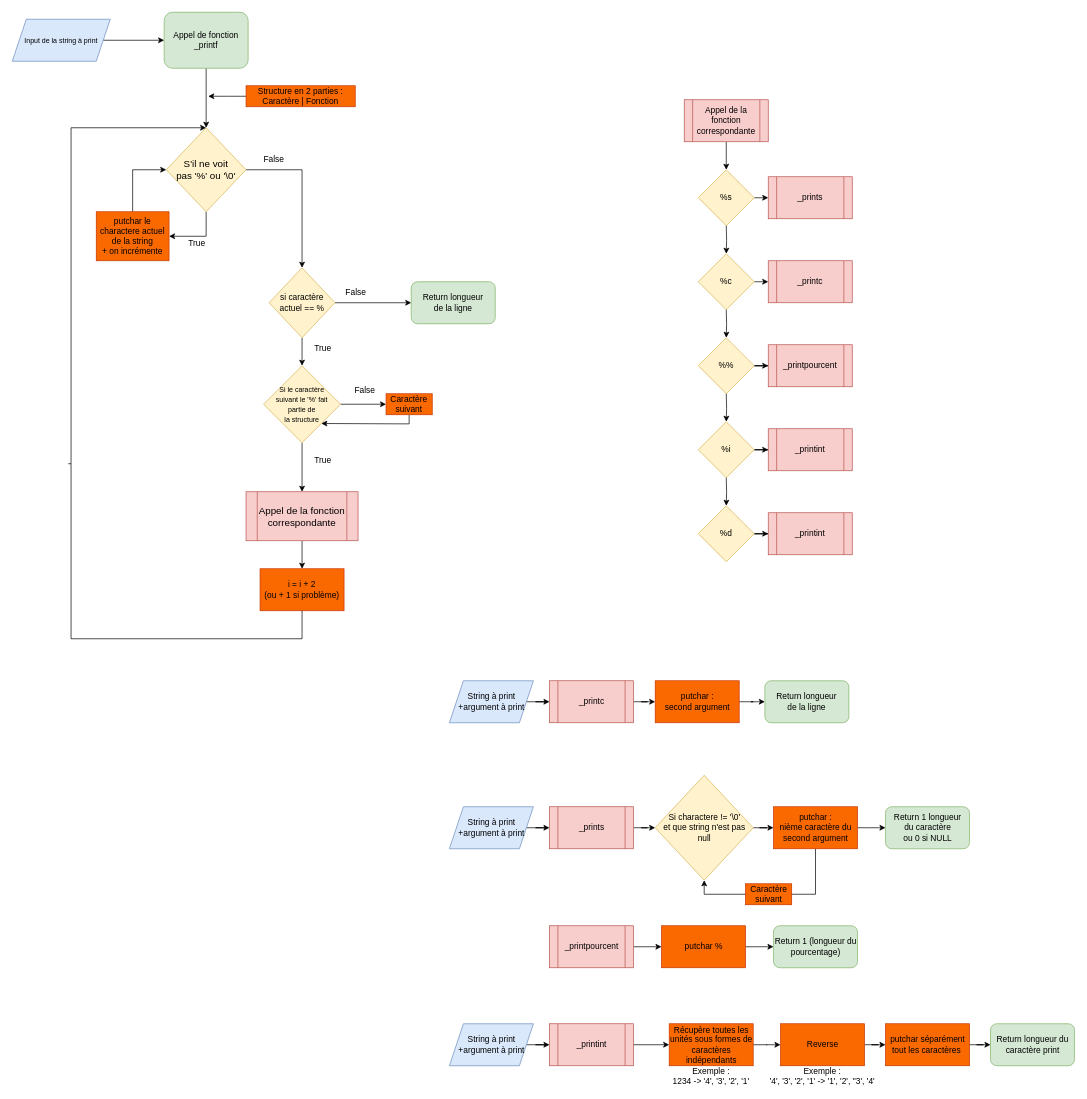
Tulkiidra/holbertonschool-printf keeps this draw.io diagram as Flowchart Printf.drawio. Above is the earlier version. Source tidied: cells renumbered, new cells numbered last; positions are measured from the earlier drawing's top-left corner, leaving out a move shared by most shapes. Both pictures are drawn from the tidied source at 70%, with x=0, y=0 at pixel (12, 12).
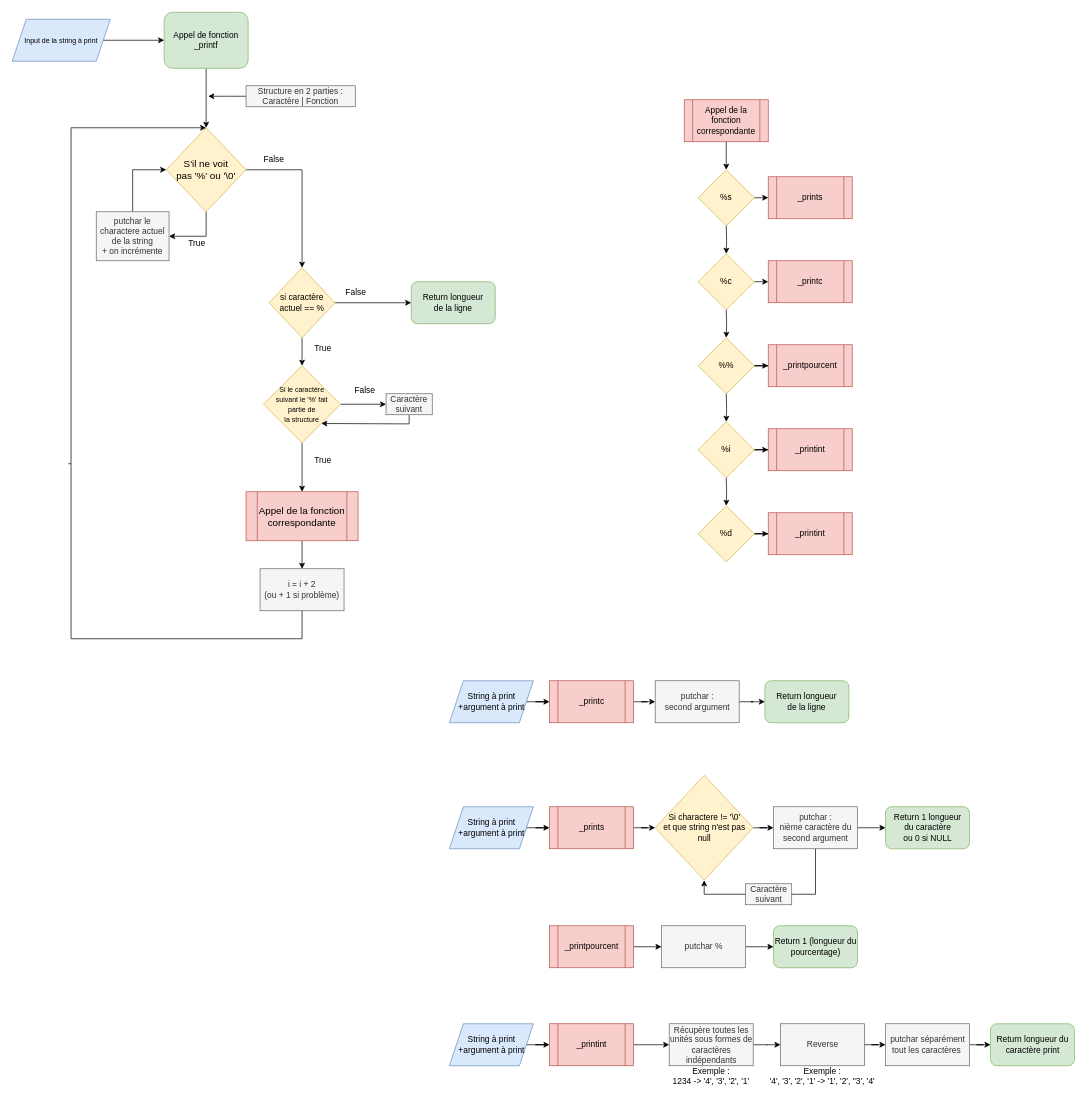
The same page after the edit.

Commit message (it also covers changes not shown here):
Mettre à jour Flowchart Printf.drawio

Diff of the diagram source:
```diff
@@
-    <mxCell id="8" value="putchar le charactere actuel de la string&lt;br&gt;+ on incrémente" style="rounded=0;whiteSpace=wrap;html=1;fillColor=#fa6800;strokeColor=#C73500;fontColor=#000000;" parent="1" vertex="1">
+    <mxCell id="8" value="putchar le charactere actuel de la string&lt;br&gt;+ on incrémente" style="rounded=0;whiteSpace=wrap;html=1;fillColor=#f5f5f5;strokeColor=#666666;fontColor=#333333;" parent="1" vertex="1">
       <mxGeometry x="120" y="285" width="104" height="70" as="geometry" />
     </mxCell>
@@
-    <mxCell id="16" value="Caractère suivant" style="rounded=0;whiteSpace=wrap;html=1;fillColor=#fa6800;strokeColor=#C73500;fontColor=#000000;" parent="1" vertex="1">
+    <mxCell id="16" value="Caractère suivant" style="rounded=0;whiteSpace=wrap;html=1;fillColor=#f5f5f5;strokeColor=#666666;fontColor=#333333;" parent="1" vertex="1">
       <mxGeometry x="534" y="545" width="66" height="30" as="geometry" />
     </mxCell>
@@
-    <mxCell id="18" value="i = i + 2&lt;br&gt;(ou + 1 si problème)" style="rounded=0;whiteSpace=wrap;html=1;fillColor=#fa6800;strokeColor=#C73500;fontColor=#000000;" parent="1" vertex="1">
+    <mxCell id="18" value="i = i + 2&lt;br&gt;(ou + 1 si problème)" style="rounded=0;whiteSpace=wrap;html=1;fillColor=#f5f5f5;strokeColor=#666666;fontColor=#333333;" parent="1" vertex="1">
       <mxGeometry x="354" y="795" width="120" height="60" as="geometry" />
     </mxCell>
@@
-    <mxCell id="26" value="Structure en 2 parties :&lt;br&gt;Caractère | Fonction" style="rounded=0;whiteSpace=wrap;html=1;fillColor=#fa6800;strokeColor=#C73500;fontColor=#000000;" parent="1" vertex="1">
+    <mxCell id="26" value="Structure en 2 parties :&lt;br&gt;Caractère | Fonction" style="rounded=0;whiteSpace=wrap;html=1;fillColor=#f5f5f5;strokeColor=#666666;fontColor=#333333;" parent="1" vertex="1">
       <mxGeometry x="334" y="105" width="156" height="30" as="geometry" />
     </mxCell>
@@
-    <mxCell id="59" value="putchar :&lt;br&gt;second argument" style="rounded=0;whiteSpace=wrap;html=1;fontSize=12;fillColor=#fa6800;strokeColor=#C73500;fontColor=#000000;" parent="1" vertex="1">
+    <mxCell id="59" value="putchar :&lt;br&gt;second argument" style="rounded=0;whiteSpace=wrap;html=1;fontSize=12;fillColor=#f5f5f5;strokeColor=#666666;fontColor=#333333;" parent="1" vertex="1">
       <mxGeometry x="918.5" y="955" width="120" height="60" as="geometry" />
     </mxCell>
@@
-    <mxCell id="66" value="putchar :&lt;br&gt;nième caractère du second argument" style="rounded=0;whiteSpace=wrap;html=1;fontSize=12;fillColor=#fa6800;strokeColor=#C73500;fontColor=#000000;" parent="1" vertex="1">
+    <mxCell id="66" value="putchar :&lt;br&gt;nième caractère du second argument" style="rounded=0;whiteSpace=wrap;html=1;fontSize=12;fillColor=#f5f5f5;strokeColor=#666666;fontColor=#333333;" parent="1" vertex="1">
       <mxGeometry x="1087.5" y="1135" width="120" height="60" as="geometry" />
     </mxCell>
@@
-    <mxCell id="69" value="Caractère suivant" style="rounded=0;whiteSpace=wrap;html=1;fillColor=#fa6800;strokeColor=#C73500;fontColor=#000000;" parent="1" vertex="1">
+    <mxCell id="69" value="Caractère suivant" style="rounded=0;whiteSpace=wrap;html=1;fillColor=#f5f5f5;strokeColor=#666666;fontColor=#333333;" parent="1" vertex="1">
       <mxGeometry x="1047.5" y="1245" width="66" height="30" as="geometry" />
     </mxCell>
@@
-    <mxCell id="73" value="putchar %" style="rounded=0;whiteSpace=wrap;html=1;fontSize=12;fillColor=#fa6800;strokeColor=#C73500;fontColor=#000000;" parent="1" vertex="1">
+    <mxCell id="73" value="putchar %" style="rounded=0;whiteSpace=wrap;html=1;fontSize=12;fillColor=#f5f5f5;strokeColor=#666666;fontColor=#333333;" parent="1" vertex="1">
       <mxGeometry x="927.5" y="1305" width="120" height="60" as="geometry" />
     </mxCell>
@@
-    <mxCell id="79" value="Récupère toutes les unités sous formes de caractères indépendants" style="rounded=0;whiteSpace=wrap;html=1;fontSize=12;fillColor=#fa6800;strokeColor=#C73500;fontColor=#000000;" parent="1" vertex="1">
+    <mxCell id="79" value="Récupère toutes les unités sous formes de caractères indépendants" style="rounded=0;whiteSpace=wrap;html=1;fontSize=12;fillColor=#f5f5f5;strokeColor=#666666;fontColor=#333333;" parent="1" vertex="1">
       <mxGeometry x="938.5" y="1445" width="120" height="60" as="geometry" />
     </mxCell>
@@
-    <mxCell id="82" value="Reverse" style="rounded=0;whiteSpace=wrap;html=1;fontSize=12;fillColor=#fa6800;strokeColor=#C73500;fontColor=#000000;" parent="1" vertex="1">
+    <mxCell id="82" value="Reverse" style="rounded=0;whiteSpace=wrap;html=1;fontSize=12;fillColor=#f5f5f5;strokeColor=#666666;fontColor=#333333;" parent="1" vertex="1">
       <mxGeometry x="1097.5" y="1445" width="120" height="60" as="geometry" />
     </mxCell>
@@
-    <mxCell id="85" value="putchar séparément tout les caractères&amp;nbsp;" style="rounded=0;whiteSpace=wrap;html=1;fontSize=12;fillColor=#fa6800;strokeColor=#C73500;fontColor=#000000;" parent="1" vertex="1">
+    <mxCell id="85" value="putchar séparément tout les caractères&amp;nbsp;" style="rounded=0;whiteSpace=wrap;html=1;fontSize=12;fillColor=#f5f5f5;strokeColor=#666666;fontColor=#333333;" parent="1" vertex="1">
       <mxGeometry x="1247.5" y="1445" width="120" height="60" as="geometry" />
     </mxCell>
```
